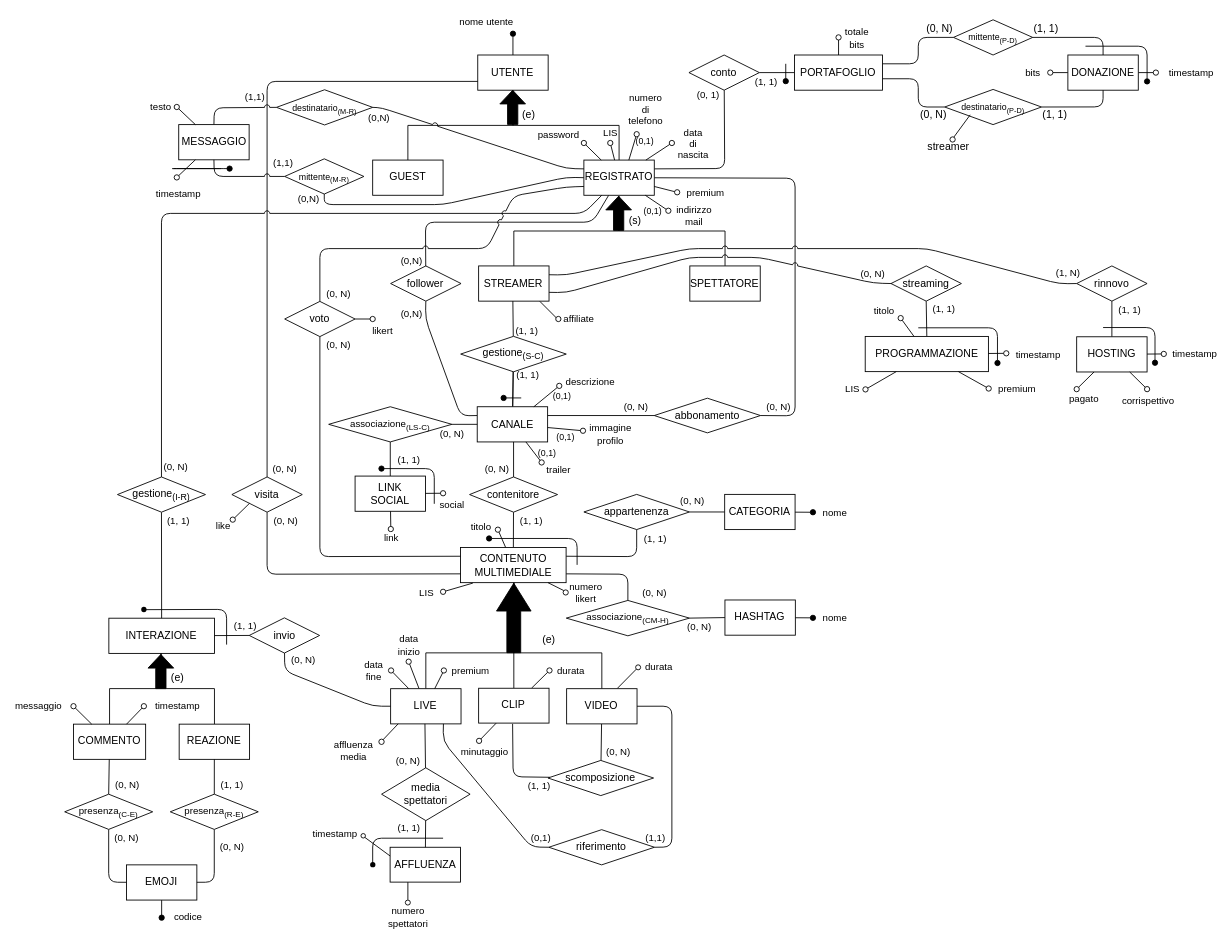
This is Progetto Esame - DBSperimentazioni A.A. 2023-2024/Diagrammi/1.5 Schema E-R.drawio from Mattron2000/Basi_di_dati, a draw.io file, before an edit. Source tidied: cells renumbered, new cells numbered last; positions are measured from the earlier drawing's top-left corner, leaving out a move shared by most shapes. Both pictures are drawn from the tidied source at 88%, with x=0, y=0 at pixel (64, 15).
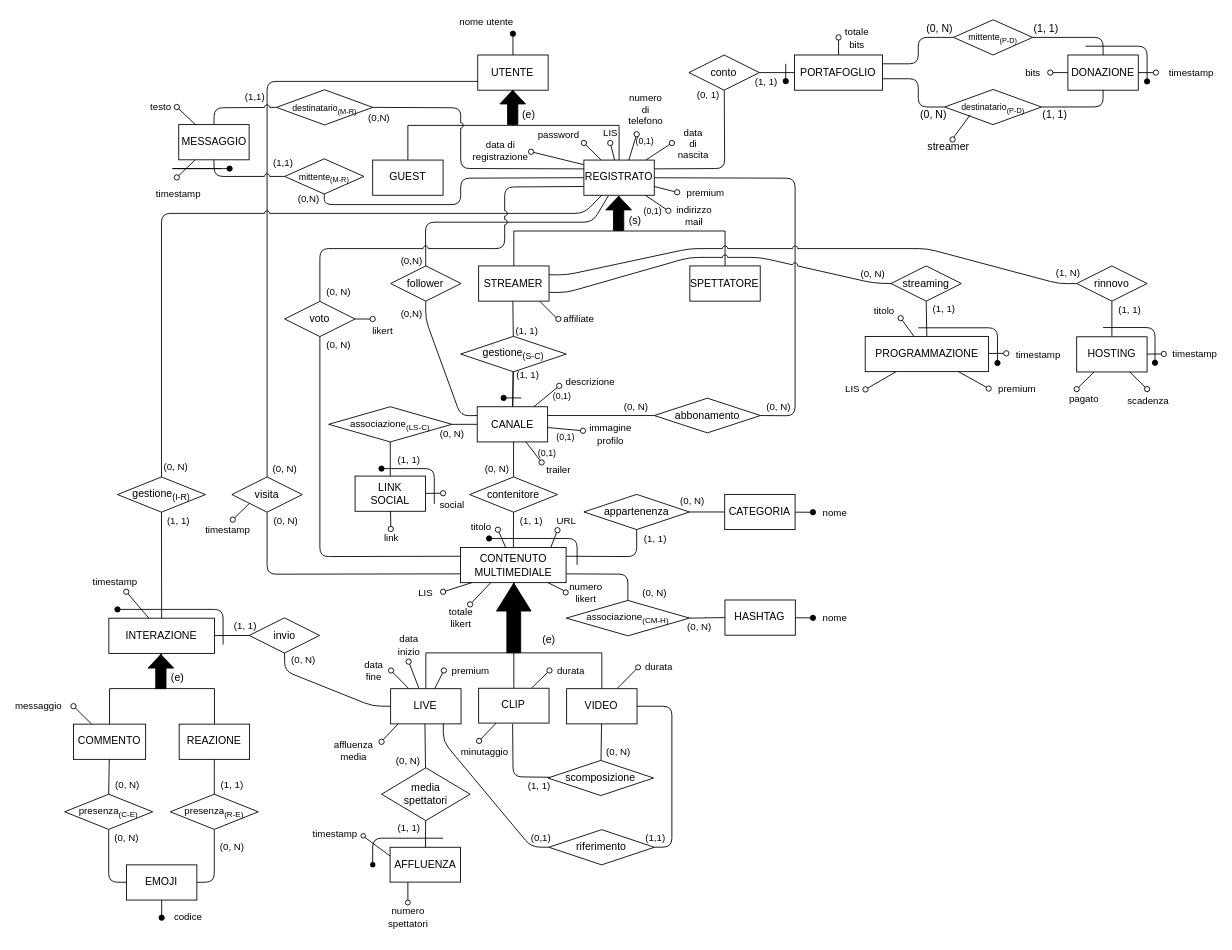
After the change.

Commit message (it also covers changes not shown here):
Corretto schema ER + schema relazionale

The change refers to these unchanged cells:
```xml
<mxCell id="10" value="REGISTRATO" style="whiteSpace=wrap;html=1;" parent="1" vertex="1">
  <mxGeometry x="590" y="164.4" width="80" height="40" as="geometry" />
</mxCell>
<mxCell id="83" style="edgeStyle=none;shape=connector;rounded=1;fillStyle=auto;html=1;labelBackgroundColor=default;strokeColor=default;strokeWidth=1;fontFamily=Helvetica;fontSize=11;fontColor=default;endArrow=none;endFill=0;startSize=6;endSize=6;fillColor=#000000;startArrow=oval;startFill=0;" parent="1" edge="1" target="77">
  <mxGeometry relative="1" as="geometry">
    <mxPoint x="1230" y="424.7" as="sourcePoint" />
  </mxGeometry>
</mxCell>
<mxCell id="105" value="CONTENUTO&lt;br&gt;MULTIMEDIALE" style="rounded=0;whiteSpace=wrap;html=1;" parent="1" vertex="1">
  <mxGeometry x="449.8" y="604.6" width="120" height="40" as="geometry" />
</mxCell>
<mxCell id="161" value="INTERAZIONE" style="rounded=0;whiteSpace=wrap;html=1;" parent="1" vertex="1">
  <mxGeometry x="50.2" y="685" width="120" height="40" as="geometry" />
</mxCell>
<mxCell id="171" value="COMMENTO" style="rounded=0;whiteSpace=wrap;html=1;" parent="1" vertex="1">
  <mxGeometry x="10" y="805.4" width="82" height="40" as="geometry" />
</mxCell>
<mxCell id="196" value="&lt;font style=&quot;font-size: 10px;&quot;&gt;mittente&lt;sub style=&quot;&quot;&gt;(M-R)&lt;/sub&gt;&lt;/font&gt;" style="rhombus;whiteSpace=wrap;html=1;" parent="1" vertex="1">
  <mxGeometry x="250" y="163" width="90" height="40" as="geometry" />
</mxCell>
<mxCell id="198" value="&lt;font style=&quot;font-size: 10px;&quot;&gt;destinatario&lt;sub style=&quot;&quot;&gt;(M-R)&lt;/sub&gt;&lt;/font&gt;" style="rhombus;whiteSpace=wrap;html=1;" parent="1" vertex="1">
  <mxGeometry x="240.7" y="84.5" width="109.3" height="40" as="geometry" />
</mxCell>
<mxCell id="212" value="voto" style="rhombus;whiteSpace=wrap;html=1;" parent="1" vertex="1">
  <mxGeometry x="250" y="325" width="80" height="40" as="geometry" />
</mxCell>
```

Diff of the diagram source:
```diff
@@
     <mxCell id="9" style="edgeStyle=none;html=1;exitX=0;exitY=0.5;exitDx=0;exitDy=0;entryX=0.5;entryY=1;entryDx=0;entryDy=0;endArrow=none;endFill=0;jumpStyle=arc;" parent="1" edge="1" source="10" target="196">
       <mxGeometry relative="1" as="geometry">
         <Array as="points">
-          <mxPoint x="570" y="184" />
-          <mxPoint x="430" y="215" />
+          <mxPoint x="450" y="185" />
+          <mxPoint x="450" y="215" />
           <mxPoint x="350" y="215" />
           <mxPoint x="295" y="215" />
         </Array>
       </mxGeometry>
     </mxCell>
@@
-    <mxCell id="84" value="corrispettivo" style="edgeLabel;html=1;align=center;verticalAlign=middle;fontSize=11;fontFamily=Helvetica;fontColor=default;" parent="83" vertex="1">
+    <mxCell id="84" value="scadenza" style="edgeLabel;html=1;align=center;verticalAlign=middle;fontSize=11;fontFamily=Helvetica;fontColor=default;" parent="83" vertex="1">
       <mxGeometry x="-0.26" y="1" relative="1" as="geometry">
         <mxPoint x="8" y="19" as="offset" />
       </mxGeometry>
     </mxCell>
@@
-    <mxCell id="108" style="endArrow=oval;html=1;fillStyle=auto;strokeWidth=1;startSize=6;endSize=6;fillColor=#000000;startArrow=none;startFill=0;endFill=0;exitX=0.117;exitY=1.013;exitDx=0;exitDy=0;exitPerimeter=0;" parent="1" edge="1" source="105">
+    <mxCell id="108" style="endArrow=oval;html=1;fillStyle=auto;strokeWidth=1;startSize=6;endSize=6;fillColor=#000000;startArrow=none;startFill=0;endFill=0;exitX=0.11;exitY=0.998;exitDx=0;exitDy=0;exitPerimeter=0;" parent="1" edge="1" source="105">
       <mxGeometry relative="1" as="geometry">
         <mxPoint x="430" y="655" as="targetPoint" />
       </mxGeometry>
     </mxCell>
@@
-    <mxCell id="180" style="endArrow=oval;html=1;fillStyle=auto;strokeWidth=1;startSize=6;endSize=6;fillColor=#000000;startArrow=none;startFill=0;endFill=0;" parent="1" edge="1" source="171">
-      <mxGeometry relative="1" as="geometry">
-        <mxPoint x="90" y="785" as="targetPoint" />
-      </mxGeometry>
-    </mxCell>
-    <mxCell id="181" value="timestamp" style="edgeLabel;html=1;align=center;verticalAlign=middle;" parent="180" vertex="1">
-      <mxGeometry x="0.48" y="1" relative="1" as="geometry">
-        <mxPoint x="43" y="-5" as="offset" />
-      </mxGeometry>
-    </mxCell>
@@
     <mxCell id="197" style="edgeStyle=none;html=1;exitX=1;exitY=0.5;exitDx=0;exitDy=0;entryX=0;entryY=0.25;entryDx=0;entryDy=0;endArrow=none;endFill=0;jumpStyle=arc;" parent="1" edge="1" source="198" target="10">
       <mxGeometry relative="1" as="geometry">
         <Array as="points">
           <mxPoint x="360" y="105" />
-          <mxPoint x="570" y="174" />
+          <mxPoint x="450" y="105" />
+          <mxPoint x="450" y="174" />
         </Array>
       </mxGeometry>
     </mxCell>
@@
     <mxCell id="208" style="edgeStyle=none;html=1;exitX=0.5;exitY=0;exitDx=0;exitDy=0;entryX=0;entryY=0.75;entryDx=0;entryDy=0;endArrow=none;endFill=0;jumpStyle=arc;" parent="1" edge="1" source="212" target="10">
       <mxGeometry relative="1" as="geometry">
         <Array as="points">
           <mxPoint x="290" y="305" />
           <mxPoint x="290" y="265" />
-          <mxPoint x="480" y="265" />
-          <mxPoint x="510" y="205" />
+          <mxPoint x="500" y="265" />
+          <mxPoint x="500" y="215" />
+          <mxPoint x="500" y="195" />
           <mxPoint x="570" y="195" />
         </Array>
       </mxGeometry>
     </mxCell>
@@
-    <mxCell id="216" style="endArrow=none;html=1;strokeColor=#000000;strokeWidth=1;fontColor=#FF0000;" parent="1" edge="1">
-      <mxGeometry relative="1" as="geometry">
-        <mxPoint x="89.9" y="675.3" as="sourcePoint" />
-        <mxPoint x="184" y="715" as="targetPoint" />
-        <Array as="points">
-          <mxPoint x="184" y="675" />
-        </Array>
-      </mxGeometry>
-    </mxCell>
-    <mxCell id="217" style="shape=waypoint;fillStyle=solid;size=6;fillColor=none;perimeter=centerPerimeter;strokeColor=#000000;fontColor=#FF0000;" parent="1" vertex="1">
-      <mxGeometry x="80" y="665.1" width="20" height="20" as="geometry" />
-    </mxCell>
@@
-    <mxCell id="258" value="&lt;font style=&quot;font-size: 11px;&quot;&gt;like&lt;/font&gt;" style="text;html=1;align=center;verticalAlign=middle;strokeColor=none;fillColor=none;" parent="1" vertex="1">
-      <mxGeometry x="160" y="564.8" width="40" height="30" as="geometry" />
+    <mxCell id="258" value="&lt;font style=&quot;font-size: 11px;&quot;&gt;timestamp&lt;/font&gt;" style="text;html=1;align=center;verticalAlign=middle;strokeColor=none;fillColor=none;" parent="1" vertex="1">
+      <mxGeometry x="150.2" y="570" width="70" height="30" as="geometry" />
     </mxCell>
+    <mxCell id="259" style="endArrow=oval;html=1;fillStyle=auto;strokeWidth=1;startSize=6;endSize=6;fillColor=#000000;startArrow=none;startFill=0;endFill=0;exitX=0.38;exitY=0.002;exitDx=0;exitDy=0;exitPerimeter=0;" parent="1" edge="1" source="161">
+      <mxGeometry relative="1" as="geometry">
+        <mxPoint x="70" y="655" as="targetPoint" />
+      </mxGeometry>
+    </mxCell>
+    <mxCell id="181" value="&lt;font style=&quot;font-size: 11px;&quot;&gt;timestamp&lt;/font&gt;" style="text;html=1;align=center;verticalAlign=middle;strokeColor=none;fillColor=none;" parent="1" vertex="1">
+      <mxGeometry x="22" y="628.7" width="70" height="30" as="geometry" />
+    </mxCell>
+    <mxCell id="260" style="endArrow=oval;html=1;fillStyle=auto;strokeWidth=1;startSize=6;endSize=6;fillColor=#000000;startArrow=none;startFill=0;endFill=1;fontSize=11;" parent="1" edge="1">
+      <mxGeometry relative="1" as="geometry">
+        <mxPoint x="180" y="715" as="sourcePoint" />
+        <mxPoint x="60" y="675" as="targetPoint" />
+        <Array as="points">
+          <mxPoint x="180" y="675" />
+        </Array>
+      </mxGeometry>
+    </mxCell>
+    <mxCell id="261" style="endArrow=oval;html=1;fillStyle=auto;strokeWidth=1;startSize=6;endSize=6;fillColor=#000000;startArrow=none;startFill=0;endFill=0;exitX=-0.003;exitY=0.13;exitDx=0;exitDy=0;exitPerimeter=0;fontSize=11;" parent="1" edge="1" source="10">
+      <mxGeometry relative="1" as="geometry">
+        <mxPoint x="530" y="155" as="targetPoint" />
+      </mxGeometry>
+    </mxCell>
+    <mxCell id="262" value="data di&lt;br&gt;registrazione" style="text;html=1;align=center;verticalAlign=middle;strokeColor=none;fillColor=none;fontSize=11;" parent="1" vertex="1">
+      <mxGeometry x="449.8" y="134.4" width="90" height="40" as="geometry" />
+    </mxCell>
+    <mxCell id="263" style="endArrow=oval;html=1;fillStyle=auto;strokeWidth=1;startSize=6;endSize=6;fillColor=#000000;startArrow=none;startFill=0;endFill=0;exitX=0.856;exitY=-0.009;exitDx=0;exitDy=0;exitPerimeter=0;" parent="1" edge="1" source="105">
+      <mxGeometry relative="1" as="geometry">
+        <mxPoint x="560" y="585" as="targetPoint" />
+      </mxGeometry>
+    </mxCell>
+    <mxCell id="264" value="&lt;font style=&quot;font-size: 11px;&quot;&gt;URL&lt;/font&gt;" style="text;html=1;align=center;verticalAlign=middle;strokeColor=none;fillColor=none;" parent="1" vertex="1">
+      <mxGeometry x="545" y="560" width="50" height="30" as="geometry" />
+    </mxCell>
+    <mxCell id="265" style="endArrow=oval;html=1;fillStyle=auto;strokeWidth=1;startSize=6;endSize=6;fillColor=#000000;startArrow=none;startFill=0;endFill=0;fontSize=11;exitX=0.288;exitY=0.997;exitDx=0;exitDy=0;exitPerimeter=0;" parent="1" edge="1" source="105">
+      <mxGeometry relative="1" as="geometry">
+        <mxPoint x="460.7" y="669.3" as="targetPoint" />
+      </mxGeometry>
+    </mxCell>
+    <mxCell id="266" value="totale&lt;br&gt;likert" style="text;html=1;align=center;verticalAlign=middle;strokeColor=none;fillColor=none;fontSize=11;" parent="1" vertex="1">
+      <mxGeometry x="425.1" y="664.8" width="50" height="40" as="geometry" />
+    </mxCell>
```
